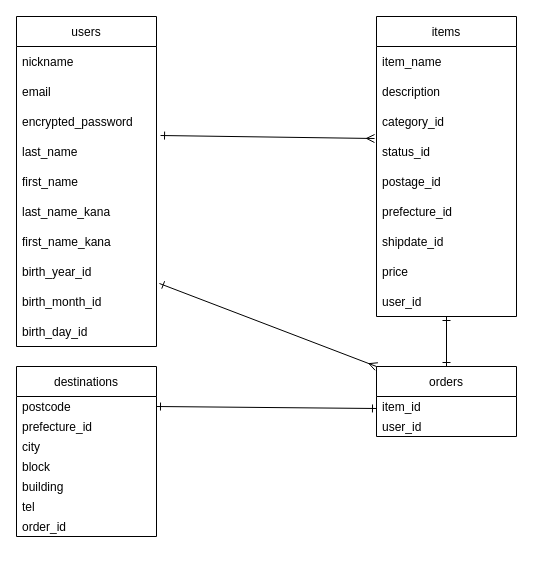
yu-2022/furima-38277 keeps this draw.io diagram as furima.dio. Above is the earlier version. Source tidied: cells renumbered, new cells numbered last; positions are measured from the earlier drawing's top-left corner, leaving out a move shared by most shapes. Both pictures are drawn from the tidied source at 100%, with x=0, y=0 at pixel (16, 16).
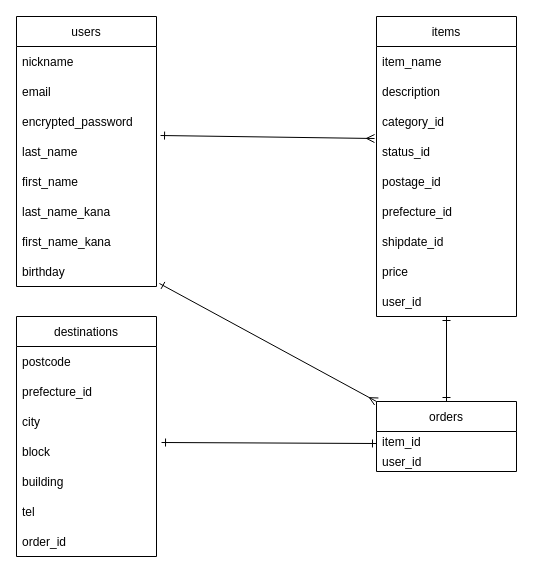
The same page after the edit.

The change refers to these unchanged cells:
```xml
<mxCell id="34" value="item_id" style="text;strokeColor=none;fillColor=none;align=left;verticalAlign=middle;spacingLeft=4;spacingRight=4;overflow=hidden;points=[[0,0.5],[1,0.5]];portConstraint=eastwest;" parent="33" vertex="1">
  <mxGeometry y="30" width="140" height="20" as="geometry" />
</mxCell>
```

What changed in the source:
```diff
@@
     <mxCell id="2" value="users" style="swimlane;fontStyle=0;horizontal=1;startSize=30;" parent="1" vertex="1">
-      <mxGeometry width="140" height="330" as="geometry" />
+      <mxGeometry width="140" height="270" as="geometry" />
     </mxCell>
@@
-    <mxCell id="10" value="birth_year_id" style="text;strokeColor=none;fillColor=none;align=left;verticalAlign=middle;spacingLeft=4;spacingRight=4;overflow=hidden;points=[[0,0.5],[1,0.5]];portConstraint=eastwest;" parent="2" vertex="1">
+    <mxCell id="10" value="birthday" style="text;strokeColor=none;fillColor=none;align=left;verticalAlign=middle;spacingLeft=4;spacingRight=4;overflow=hidden;points=[[0,0.5],[1,0.5]];portConstraint=eastwest;" parent="2" vertex="1">
       <mxGeometry y="240" width="140" height="30" as="geometry" />
     </mxCell>
-    <mxCell id="11" value="birth_month_id" style="text;strokeColor=none;fillColor=none;align=left;verticalAlign=middle;spacingLeft=4;spacingRight=4;overflow=hidden;" parent="2" vertex="1">
-      <mxGeometry y="270" width="140" height="30" as="geometry" />
-    </mxCell>
-    <mxCell id="12" value="birth_day_id" style="text;strokeColor=none;fillColor=none;align=left;verticalAlign=middle;spacingLeft=4;spacingRight=4;overflow=hidden;" parent="2" vertex="1">
-      <mxGeometry y="300" width="140" height="30" as="geometry" />
-    </mxCell>
@@
     <mxCell id="23" value="destinations" style="swimlane;fontStyle=0;horizontal=1;startSize=30;" parent="1" vertex="1">
-      <mxGeometry y="350" width="140" height="170" as="geometry" />
+      <mxGeometry y="300" width="140" height="240" as="geometry" />
     </mxCell>
     <mxCell id="24" value="postcode" style="text;strokeColor=none;fillColor=none;align=left;verticalAlign=middle;spacingLeft=4;spacingRight=4;overflow=hidden;points=[[0,0.5],[1,0.5]];portConstraint=eastwest;" parent="23" vertex="1">
-      <mxGeometry y="30" width="140" height="20" as="geometry" />
+      <mxGeometry y="30" width="140" height="30" as="geometry" />
     </mxCell>
     <mxCell id="25" value="prefecture_id" style="text;strokeColor=none;fillColor=none;align=left;verticalAlign=middle;spacingLeft=4;spacingRight=4;overflow=hidden;" parent="23" vertex="1">
-      <mxGeometry y="50" width="140" height="20" as="geometry" />
+      <mxGeometry y="60" width="140" height="30" as="geometry" />
     </mxCell>
     <mxCell id="26" value="city" style="text;strokeColor=none;fillColor=none;align=left;verticalAlign=middle;spacingLeft=4;spacingRight=4;overflow=hidden;" parent="23" vertex="1">
-      <mxGeometry y="70" width="140" height="20" as="geometry" />
+      <mxGeometry y="90" width="140" height="30" as="geometry" />
     </mxCell>
     <mxCell id="27" value="block" style="text;strokeColor=none;fillColor=none;align=left;verticalAlign=middle;spacingLeft=4;spacingRight=4;overflow=hidden;points=[[0,0.5],[1,0.5]];portConstraint=eastwest;" parent="23" vertex="1">
-      <mxGeometry y="90" width="140" height="20" as="geometry" />
+      <mxGeometry y="120" width="140" height="30" as="geometry" />
     </mxCell>
     <mxCell id="28" value="building" style="text;strokeColor=none;fillColor=none;align=left;verticalAlign=middle;spacingLeft=4;spacingRight=4;overflow=hidden;" parent="23" vertex="1">
-      <mxGeometry y="110" width="140" height="20" as="geometry" />
+      <mxGeometry y="150" width="140" height="30" as="geometry" />
     </mxCell>
     <mxCell id="29" value="tel" style="text;strokeColor=none;fillColor=none;align=left;verticalAlign=middle;spacingLeft=4;spacingRight=4;overflow=hidden;" parent="23" vertex="1">
-      <mxGeometry y="130" width="140" height="20" as="geometry" />
+      <mxGeometry y="180" width="140" height="30" as="geometry" />
     </mxCell>
     <mxCell id="30" value="order_id" style="text;strokeColor=none;fillColor=none;align=left;verticalAlign=middle;spacingLeft=4;spacingRight=4;overflow=hidden;" parent="23" vertex="1">
-      <mxGeometry y="150" width="140" height="20" as="geometry" />
+      <mxGeometry y="210" width="140" height="30" as="geometry" />
     </mxCell>
-    <mxCell id="31" style="edgeStyle=none;html=1;entryX=1;entryY=0.5;entryDx=0;entryDy=0;startArrow=ERone;startFill=0;endArrow=ERone;endFill=0;exitX=0;exitY=0.6;exitDx=0;exitDy=0;exitPerimeter=0;" parent="1" edge="1" source="34" target="24">
+    <mxCell id="31" style="edgeStyle=none;html=1;entryX=1.036;entryY=0.2;entryDx=0;entryDy=0;startArrow=ERone;startFill=0;endArrow=ERone;endFill=0;exitX=0;exitY=0.6;exitDx=0;exitDy=0;exitPerimeter=0;entryPerimeter=0;" parent="1" edge="1" source="34" target="27">
       <mxGeometry relative="1" as="geometry" />
     </mxCell>
@@
     <mxCell id="33" value="orders" style="swimlane;fontStyle=0;horizontal=1;startSize=30;" parent="1" vertex="1">
-      <mxGeometry x="360" y="350" width="140" height="70" as="geometry" />
+      <mxGeometry x="360" y="385" width="140" height="70" as="geometry" />
     </mxCell>
```
